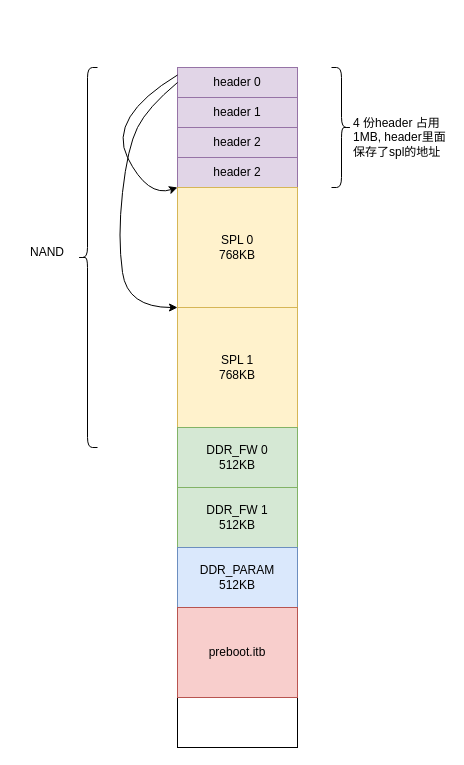
Above: page "第 4 页" (6 of 6) of NAND坏块管理和升级.drawio in wdhgit/drawio (draw.io), before the change. Source tidied: cells renumbered, new cells numbered last; positions are measured from the earlier drawing's top-left corner, leaving out a move shared by most shapes. Both pictures are drawn from the tidied source at 100%, with x=0, y=0 at pixel (17, 67).
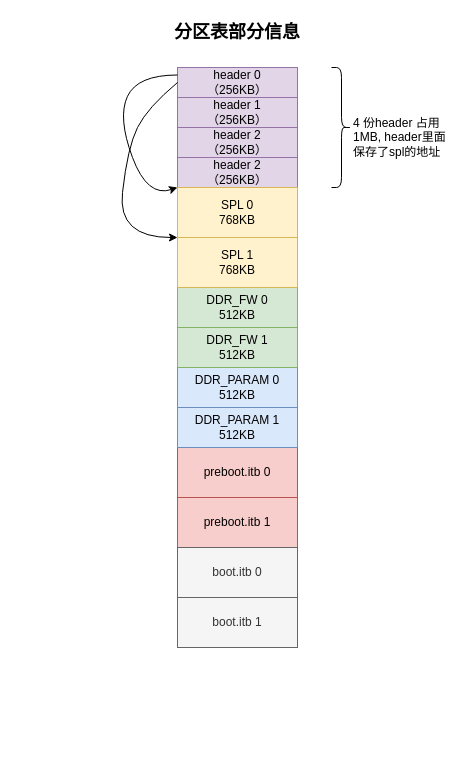
The same page after the edit.

What changed in the source:
```diff
@@
-    <mxCell id="2" value="header 0" style="rounded=0;whiteSpace=wrap;html=1;fillColor=#e1d5e7;strokeColor=#9673a6;" parent="1" vertex="1">
+    <mxCell id="2" value="header 0&lt;br&gt;（256KB）" style="rounded=0;whiteSpace=wrap;html=1;fillColor=#e1d5e7;strokeColor=#9673a6;" parent="1" vertex="1">
       <mxGeometry x="160" width="120" height="30" as="geometry" />
     </mxCell>
-    <mxCell id="3" value="header 1" style="rounded=0;whiteSpace=wrap;html=1;fillColor=#e1d5e7;strokeColor=#9673a6;" parent="1" vertex="1">
+    <mxCell id="3" value="header 1&lt;br&gt;（256KB）" style="rounded=0;whiteSpace=wrap;html=1;fillColor=#e1d5e7;strokeColor=#9673a6;" parent="1" vertex="1">
       <mxGeometry x="160" y="30" width="120" height="30" as="geometry" />
     </mxCell>
-    <mxCell id="4" value="header 2" style="rounded=0;whiteSpace=wrap;html=1;fillColor=#e1d5e7;strokeColor=#9673a6;" parent="1" vertex="1">
+    <mxCell id="4" value="header 2&lt;br&gt;（256KB）" style="rounded=0;whiteSpace=wrap;html=1;fillColor=#e1d5e7;strokeColor=#9673a6;" parent="1" vertex="1">
       <mxGeometry x="160" y="60" width="120" height="30" as="geometry" />
     </mxCell>
-    <mxCell id="5" value="header 2" style="rounded=0;whiteSpace=wrap;html=1;fillColor=#e1d5e7;strokeColor=#9673a6;" parent="1" vertex="1">
+    <mxCell id="5" value="header 2&lt;br&gt;（256KB）" style="rounded=0;whiteSpace=wrap;html=1;fillColor=#e1d5e7;strokeColor=#9673a6;" parent="1" vertex="1">
       <mxGeometry x="160" y="90" width="120" height="30" as="geometry" />
     </mxCell>
     <mxCell id="6" value="SPL 0&lt;div&gt;768KB&lt;/div&gt;" style="rounded=0;whiteSpace=wrap;html=1;fillColor=#fff2cc;strokeColor=#d6b656;" parent="1" vertex="1">
-      <mxGeometry x="160" y="120" width="120" height="120" as="geometry" />
+      <mxGeometry x="160" y="120" width="120" height="50" as="geometry" />
     </mxCell>
-    <mxCell id="7" value="SPL 1&lt;div&gt;768KB&lt;/div&gt;" style="rounded=0;whiteSpace=wrap;html=1;fillColor=#fff2cc;strokeColor=#d6b656;" parent="1" vertex="1">
-      <mxGeometry x="160" y="240" width="120" height="120" as="geometry" />
-    </mxCell>
     <mxCell id="8" style="curved=1;endArrow=classic;html=1;rounded=0;exitX=0;exitY=0.25;exitDx=0;exitDy=0;entryX=0;entryY=0;entryDx=0;entryDy=0;" parent="1" edge="1" source="2" target="6">
       <mxGeometry relative="1" as="geometry">
         <Array as="points">
-          <mxPoint x="90" y="50" />
+          <mxPoint x="120" y="7.5" />
+          <mxPoint x="100" y="50" />
           <mxPoint x="130" y="130" />
         </Array>
       </mxGeometry>
     </mxCell>
     <mxCell id="9" style="curved=1;endArrow=classic;html=1;rounded=0;exitX=0;exitY=0.5;exitDx=0;exitDy=0;entryX=0;entryY=0;entryDx=0;entryDy=0;" parent="1" edge="1" source="2" target="7">
       <mxGeometry relative="1" as="geometry">
         <Array as="points">
           <mxPoint x="130" y="40" />
           <mxPoint x="110" y="80" />
           <mxPoint x="100" y="170" />
-          <mxPoint x="110" y="240" />
         </Array>
       </mxGeometry>
     </mxCell>
@@
-    <mxCell id="12" style="shape=curlyBracket;whiteSpace=wrap;html=1;rounded=1;labelPosition=left;verticalLabelPosition=middle;align=right;verticalAlign=middle;" parent="1" vertex="1">
-      <mxGeometry x="60" width="20" height="380" as="geometry" />
-    </mxCell>
-    <mxCell id="13" value="NAND" style="text;html=1;whiteSpace=wrap;strokeColor=none;fillColor=none;align=center;verticalAlign=middle;rounded=0;" parent="1" vertex="1">
-      <mxGeometry y="170" width="60" height="30" as="geometry" />
-    </mxCell>
-    <mxCell id="14" style="rounded=0;whiteSpace=wrap;html=1;" parent="1" vertex="1">
-      <mxGeometry x="160" y="360" width="120" height="320" as="geometry" />
-    </mxCell>
     <mxCell id="15" value="DDR_FW 0&lt;div&gt;512KB&lt;/div&gt;" style="rounded=0;whiteSpace=wrap;html=1;fillColor=#d5e8d4;strokeColor=#82b366;" parent="1" vertex="1">
-      <mxGeometry x="160" y="360" width="120" height="60" as="geometry" />
+      <mxGeometry x="160" y="220" width="120" height="40" as="geometry" />
     </mxCell>
-    <mxCell id="16" value="DDR_FW 1&lt;div&gt;512KB&lt;/div&gt;" style="rounded=0;whiteSpace=wrap;html=1;fillColor=#d5e8d4;strokeColor=#82b366;" parent="1" vertex="1">
-      <mxGeometry x="160" y="420" width="120" height="60" as="geometry" />
-    </mxCell>
-    <mxCell id="17" value="DDR_PARAM&lt;div&gt;512KB&lt;/div&gt;" style="rounded=0;whiteSpace=wrap;html=1;fillColor=#dae8fc;strokeColor=#6c8ebf;" parent="1" vertex="1">
-      <mxGeometry x="160" y="480" width="120" height="60" as="geometry" />
+    <mxCell id="17" value="DDR_PARAM 0&lt;div&gt;512KB&lt;/div&gt;" style="rounded=0;whiteSpace=wrap;html=1;fillColor=#dae8fc;strokeColor=#6c8ebf;" parent="1" vertex="1">
+      <mxGeometry x="160" y="300" width="120" height="40" as="geometry" />
     </mxCell>
-    <mxCell id="18" value="preboot.itb" style="rounded=0;whiteSpace=wrap;html=1;fillColor=#f8cecc;strokeColor=#b85450;" parent="1" vertex="1">
-      <mxGeometry x="160" y="540" width="120" height="90" as="geometry" />
+    <mxCell id="18" value="preboot.itb 0" style="rounded=0;whiteSpace=wrap;html=1;fillColor=#f8cecc;strokeColor=#b85450;" parent="1" vertex="1">
+      <mxGeometry x="160" y="380" width="120" height="50" as="geometry" />
     </mxCell>
+    <mxCell id="19" value="DDR_PARAM 1&lt;div&gt;512KB&lt;/div&gt;" style="rounded=0;whiteSpace=wrap;html=1;fillColor=#dae8fc;strokeColor=#6c8ebf;" parent="1" vertex="1">
+      <mxGeometry x="160" y="340" width="120" height="40" as="geometry" />
+    </mxCell>
+    <mxCell id="7" value="SPL 1&lt;div&gt;768KB&lt;/div&gt;" style="rounded=0;whiteSpace=wrap;html=1;fillColor=#fff2cc;strokeColor=#d6b656;" parent="1" vertex="1">
+      <mxGeometry x="160" y="170" width="120" height="50" as="geometry" />
+    </mxCell>
+    <mxCell id="16" value="DDR_FW 1&lt;div&gt;512KB&lt;/div&gt;" style="rounded=0;whiteSpace=wrap;html=1;fillColor=#d5e8d4;strokeColor=#82b366;" parent="1" vertex="1">
+      <mxGeometry x="160" y="260" width="120" height="40" as="geometry" />
+    </mxCell>
+    <mxCell id="20" value="preboot.itb 1" style="rounded=0;whiteSpace=wrap;html=1;fillColor=#f8cecc;strokeColor=#b85450;" parent="1" vertex="1">
+      <mxGeometry x="160" y="430" width="120" height="50" as="geometry" />
+    </mxCell>
+    <mxCell id="21" value="boot.itb 0" style="rounded=0;whiteSpace=wrap;html=1;fillColor=#f5f5f5;strokeColor=#666666;fontColor=#333333;" parent="1" vertex="1">
+      <mxGeometry x="160" y="480" width="120" height="50" as="geometry" />
+    </mxCell>
+    <mxCell id="22" value="boot.itb 1" style="rounded=0;whiteSpace=wrap;html=1;fillColor=#f5f5f5;strokeColor=#666666;fontColor=#333333;" parent="1" vertex="1">
+      <mxGeometry x="160" y="530" width="120" height="50" as="geometry" />
+    </mxCell>
+    <mxCell id="23" value="分区表部分信息" style="text;html=1;whiteSpace=wrap;strokeColor=none;fillColor=none;align=center;verticalAlign=middle;rounded=0;fontSize=18;fontStyle=1;" parent="1" vertex="1">
+      <mxGeometry x="76" y="-50" width="288" height="30" as="geometry" />
+    </mxCell>
```
